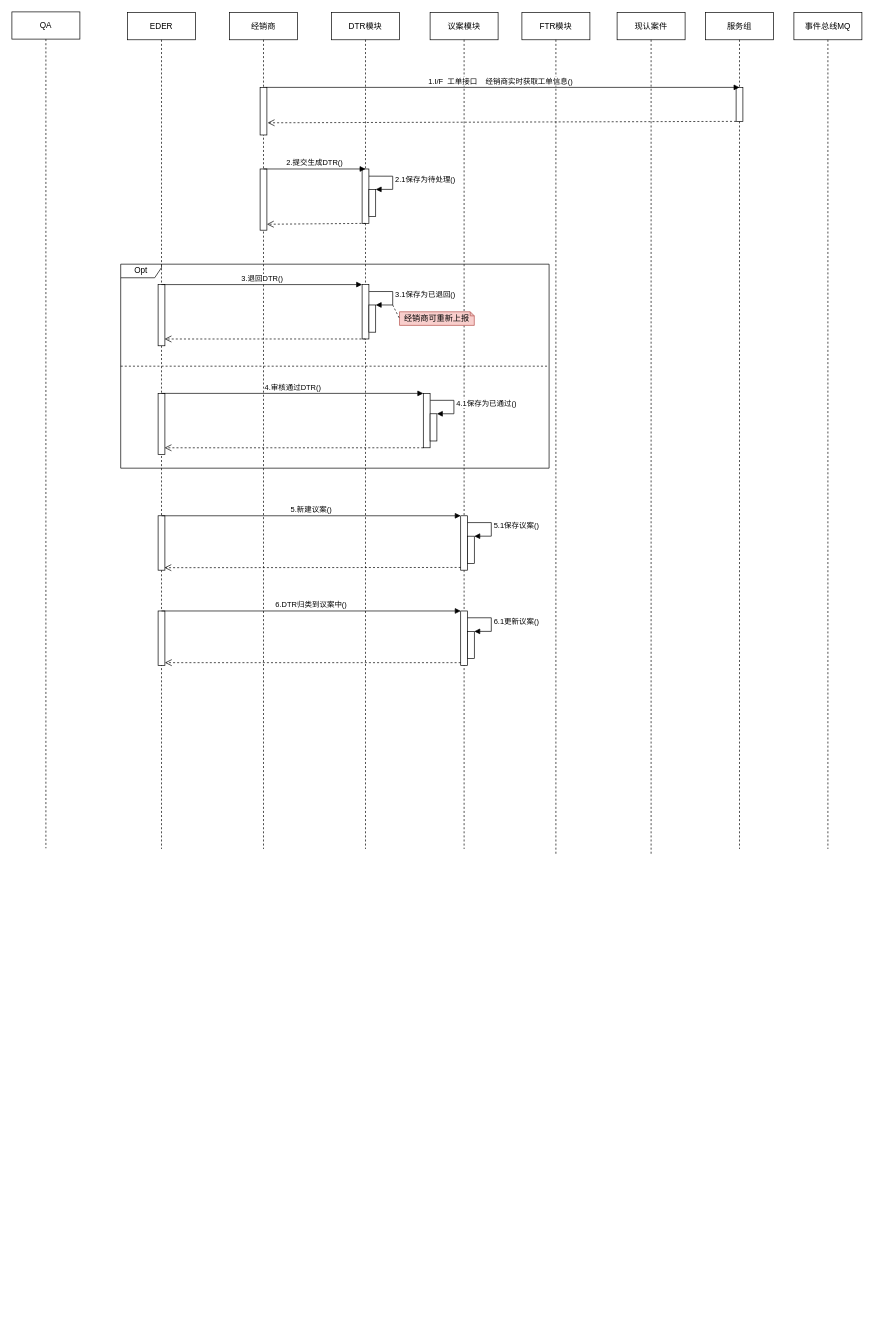
Earlier version of the draw.io diagram page "核心流程" (1 of 7) of images/DTR时序图.drawio (1132489442/designer). Source tidied: cells renumbered, new cells numbered last; positions are measured from the earlier drawing's top-left corner, leaving out a move shared by most shapes. Both pictures are drawn from the tidied source at 68%, with x=0, y=0 at pixel (12, 12).
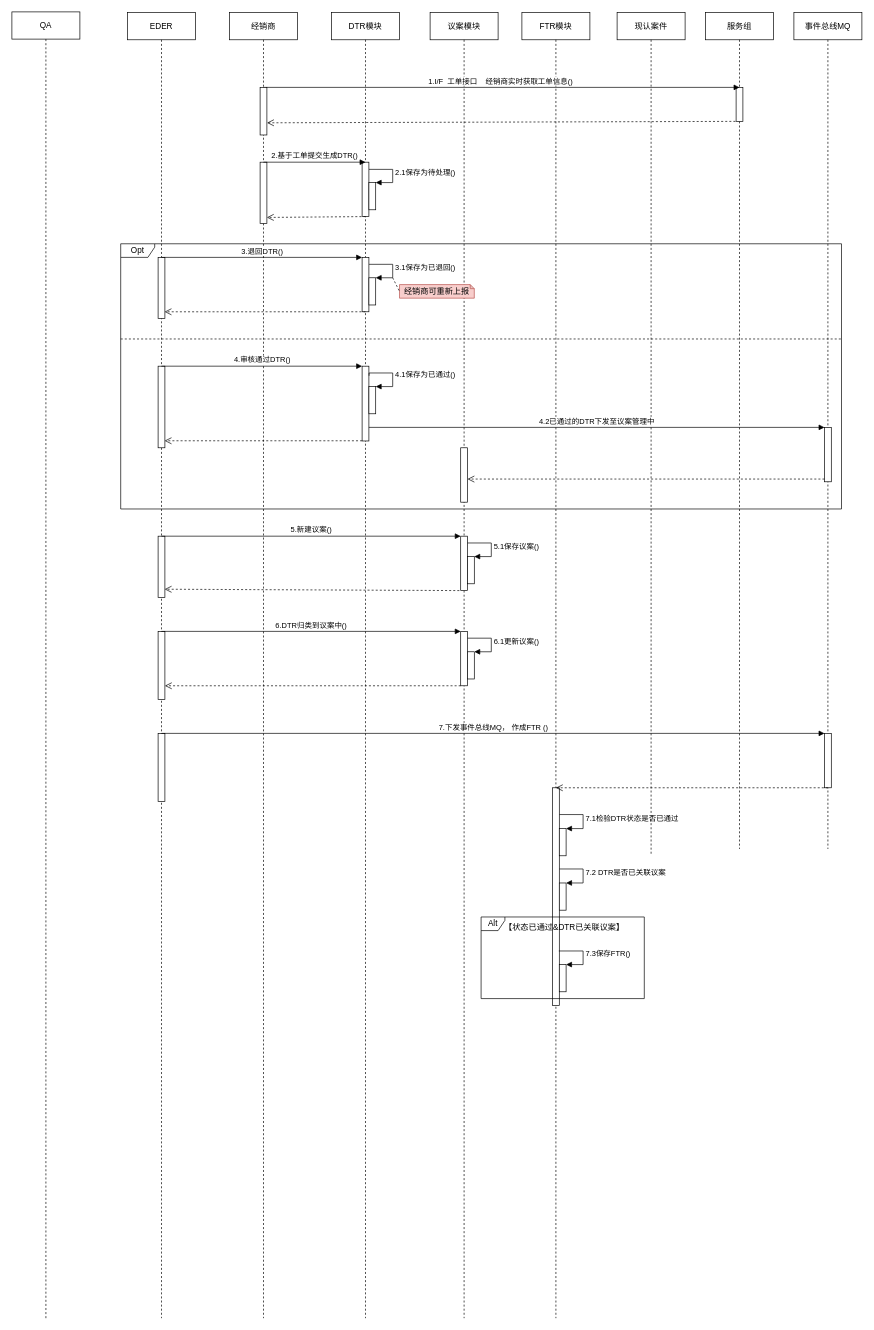
The same page after the edit.

Commit message:
更新DTR时序图.drawio

Unchanged cells that the change refers to:
```xml
<mxCell id="20" value="服务组" style="shape=umlLifeline;perimeter=lifelinePerimeter;whiteSpace=wrap;html=1;" parent="1" vertex="1">
  <mxGeometry x="1020" y="1" width="100" height="1230" as="geometry" />
</mxCell>
<mxCell id="25" style="html=1;points=[];perimeter=orthogonalPerimeter;" parent="24" vertex="1">
  <mxGeometry x="45" y="110" width="10" height="70" as="geometry" />
</mxCell>
<mxCell id="38" value="事件总线MQ" style="shape=umlLifeline;perimeter=lifelinePerimeter;whiteSpace=wrap;html=1;" parent="1" vertex="1">
  <mxGeometry x="1150" y="1" width="100" height="1230" as="geometry" />
</mxCell>
```

Diff of the diagram source:
```diff
@@
     <mxCell id="2" value="EDER" style="shape=umlLifeline;perimeter=lifelinePerimeter;whiteSpace=wrap;html=1;" parent="1" vertex="1">
-      <mxGeometry x="170" y="1" width="100" height="1230" as="geometry" />
+      <mxGeometry x="170" y="1" width="100" height="1920" as="geometry" />
     </mxCell>
     <mxCell id="3" style="html=1;points=[];perimeter=orthogonalPerimeter;" parent="2" vertex="1">
-      <mxGeometry x="45" y="400" width="10" height="90" as="geometry" />
+      <mxGeometry x="45" y="360" width="10" height="90" as="geometry" />
     </mxCell>
     <mxCell id="4" style="html=1;points=[];perimeter=orthogonalPerimeter;" parent="2" vertex="1">
-      <mxGeometry x="45" y="560" width="10" height="90" as="geometry" />
+      <mxGeometry x="45" y="520" width="10" height="120" as="geometry" />
     </mxCell>
     <mxCell id="5" style="html=1;points=[];perimeter=orthogonalPerimeter;" parent="2" vertex="1">
-      <mxGeometry x="45" y="740" width="10" height="80" as="geometry" />
+      <mxGeometry x="45" y="770" width="10" height="90" as="geometry" />
     </mxCell>
     <mxCell id="6" value="DTR模块" style="shape=umlLifeline;perimeter=lifelinePerimeter;whiteSpace=wrap;html=1;" parent="1" vertex="1">
-      <mxGeometry x="470" y="1" width="100" height="1230" as="geometry" />
+      <mxGeometry x="470" y="1" width="100" height="1920" as="geometry" />
     </mxCell>
     <mxCell id="7" style="html=1;points=[];perimeter=orthogonalPerimeter;" parent="6" vertex="1">
-      <mxGeometry x="45" y="230" width="10" height="80" as="geometry" />
+      <mxGeometry x="45" y="220" width="10" height="80" as="geometry" />
     </mxCell>
     <mxCell id="8" style="html=1;points=[];perimeter=orthogonalPerimeter;" parent="6" vertex="1">
-      <mxGeometry x="45" y="400" width="10" height="80" as="geometry" />
+      <mxGeometry x="45" y="360" width="10" height="80" as="geometry" />
     </mxCell>
     <mxCell id="9" style="html=1;points=[];perimeter=orthogonalPerimeter;" parent="6" vertex="1">
-      <mxGeometry x="55" y="260" width="10" height="40" as="geometry" />
+      <mxGeometry x="55" y="250" width="10" height="40" as="geometry" />
     </mxCell>
     <mxCell id="10" value="2.1保存为待处理()" style="edgeStyle=orthogonalEdgeStyle;html=1;align=left;spacingLeft=2;endArrow=block;rounded=0;entryX=1;entryY=0;exitX=1.015;exitY=0.132;exitDx=0;exitDy=0;exitPerimeter=0;" parent="6" edge="1" source="7" target="9">
       <mxGeometry relative="1" as="geometry">
         <Array as="points">
-          <mxPoint x="90" y="241" />
-          <mxPoint x="90" y="260" />
+          <mxPoint x="90" y="231" />
+          <mxPoint x="90" y="250" />
         </Array>
       </mxGeometry>
     </mxCell>
     <mxCell id="11" style="html=1;points=[];perimeter=orthogonalPerimeter;" parent="6" vertex="1">
-      <mxGeometry x="55" y="430" width="10" height="40" as="geometry" />
+      <mxGeometry x="55" y="390" width="10" height="40" as="geometry" />
     </mxCell>
     <mxCell id="12" value="3.1保存为已退回()" style="edgeStyle=orthogonalEdgeStyle;html=1;align=left;spacingLeft=2;endArrow=block;rounded=0;entryX=1;entryY=0;exitX=1.027;exitY=0.128;exitDx=0;exitDy=0;exitPerimeter=0;" parent="6" edge="1" source="8" target="11">
       <mxGeometry relative="1" as="geometry">
         <Array as="points">
-          <mxPoint x="90" y="410" />
-          <mxPoint x="90" y="430" />
+          <mxPoint x="90" y="370" />
+          <mxPoint x="90" y="390" />
         </Array>
       </mxGeometry>
     </mxCell>
     <mxCell id="13" value="议案模块" style="shape=umlLifeline;perimeter=lifelinePerimeter;whiteSpace=wrap;html=1;" parent="1" vertex="1">
-      <mxGeometry x="615" y="1" width="100" height="1230" as="geometry" />
+      <mxGeometry x="615" y="1" width="100" height="1920" as="geometry" />
     </mxCell>
     <mxCell id="14" style="html=1;points=[];perimeter=orthogonalPerimeter;" parent="13" vertex="1">
-      <mxGeometry x="45" y="740" width="10" height="80" as="geometry" />
+      <mxGeometry x="45" y="770" width="10" height="80" as="geometry" />
     </mxCell>
     <mxCell id="15" style="html=1;points=[];perimeter=orthogonalPerimeter;" parent="13" vertex="1">
-      <mxGeometry x="55" y="770" width="10" height="40" as="geometry" />
+      <mxGeometry x="55" y="800" width="10" height="40" as="geometry" />
     </mxCell>
     <mxCell id="16" value="5.1保存议案()" style="edgeStyle=orthogonalEdgeStyle;html=1;align=left;spacingLeft=2;endArrow=block;rounded=0;entryX=1;entryY=0;exitX=1;exitY=0.125;exitDx=0;exitDy=0;exitPerimeter=0;" parent="13" edge="1" source="14" target="15">
       <mxGeometry relative="1" as="geometry">
         <Array as="points">
-          <mxPoint x="90" y="750" />
-          <mxPoint x="90" y="770" />
+          <mxPoint x="90" y="780" />
+          <mxPoint x="90" y="800" />
         </Array>
       </mxGeometry>
     </mxCell>
+    <mxCell id="50" style="html=1;perimeter=orthogonalPerimeter;" parent="13" vertex="1">
+      <mxGeometry x="45" y="640" width="10" height="80" as="geometry" />
+    </mxCell>
     <mxCell id="17" value="FTR模块" style="shape=umlLifeline;perimeter=lifelinePerimeter;whiteSpace=wrap;html=1;" parent="1" vertex="1">
-      <mxGeometry x="750" y="1" width="100" height="1240" as="geometry" />
+      <mxGeometry x="750" y="1" width="100" height="1920" as="geometry" />
     </mxCell>
+    <mxCell id="51" style="html=1;points=[];perimeter=orthogonalPerimeter;" parent="17" vertex="1">
+      <mxGeometry x="45" y="1140" width="10" height="320" as="geometry" />
+    </mxCell>
+    <mxCell id="52" style="html=1;points=[];perimeter=orthogonalPerimeter;" parent="17" vertex="1">
+      <mxGeometry x="55" y="1200" width="10" height="40" as="geometry" />
+    </mxCell>
+    <mxCell id="53" value="7.1检验DTR状态是否已通过" style="edgeStyle=orthogonalEdgeStyle;html=1;align=left;spacingLeft=2;endArrow=block;rounded=0;entryX=1;entryY=0;exitX=1.024;exitY=0.123;exitDx=0;exitDy=0;exitPerimeter=0;" parent="17" edge="1" source="51" target="52">
+      <mxGeometry relative="1" as="geometry">
+        <Array as="points">
+          <mxPoint x="90" y="1179" />
+          <mxPoint x="90" y="1200" />
+        </Array>
+      </mxGeometry>
+    </mxCell>
+    <mxCell id="54" style="html=1;points=[];perimeter=orthogonalPerimeter;" parent="17" vertex="1">
+      <mxGeometry x="55" y="1400" width="10" height="40" as="geometry" />
+    </mxCell>
+    <mxCell id="55" value="7.3保存FTR()" style="edgeStyle=orthogonalEdgeStyle;html=1;align=left;spacingLeft=2;endArrow=block;rounded=0;entryX=1;entryY=0;exitX=0.934;exitY=0.75;exitDx=0;exitDy=0;exitPerimeter=0;" parent="17" edge="1" target="54">
+      <mxGeometry relative="1" as="geometry">
+        <mxPoint x="54.3" y="1380" as="sourcePoint" />
+        <Array as="points">
+          <mxPoint x="90" y="1380" />
+          <mxPoint x="90" y="1400" />
+        </Array>
+      </mxGeometry>
+    </mxCell>
@@
     <mxCell id="19" value="QA" style="shape=umlLifeline;perimeter=lifelinePerimeter;whiteSpace=wrap;html=1;" parent="1" vertex="1">
-      <mxGeometry width="100" height="1230" as="geometry" />
+      <mxGeometry width="100" height="1921" as="geometry" />
     </mxCell>
@@
-    <mxCell id="22" style="html=1;verticalAlign=bottom;endArrow=open;dashed=1;endSize=8;rounded=0;entryX=1.116;entryY=0.744;entryDx=0;entryDy=0;entryPerimeter=0;" parent="20" edge="1" target="25">
+    <mxCell id="22" style="html=1;verticalAlign=bottom;endArrow=open;dashed=1;endSize=8;rounded=0;entryX=1.116;entryY=0.744;entryDx=0;entryDy=0;entryPerimeter=0;" parent="20" edge="1">
       <mxGeometry relative="1" as="geometry">
-        <mxPoint x="45" y="160" as="sourcePoint" />
+        <mxPoint x="44" y="160" as="sourcePoint" />
+        <mxPoint x="-644.8" y="162.1" as="targetPoint" />
       </mxGeometry>
     </mxCell>
@@
     <mxCell id="24" value="经销商" style="shape=umlLifeline;perimeter=lifelinePerimeter;whiteSpace=wrap;html=1;outlineConnect=0;" parent="1" vertex="1">
-      <mxGeometry x="320" y="1" width="100" height="1230" as="geometry" />
+      <mxGeometry x="320" y="1" width="100" height="1920" as="geometry" />
     </mxCell>
@@
     <mxCell id="26" style="html=1;points=[];perimeter=orthogonalPerimeter;" parent="24" vertex="1">
-      <mxGeometry x="45" y="230" width="10" height="90" as="geometry" />
+      <mxGeometry x="45" y="220" width="10" height="90" as="geometry" />
     </mxCell>
     <mxCell id="27" style="html=1;verticalAlign=bottom;endArrow=open;dashed=1;endSize=8;rounded=0;entryX=1;entryY=0.903;entryDx=0;entryDy=0;entryPerimeter=0;" parent="1" edge="1" target="26">
       <mxGeometry relative="1" as="geometry">
-        <mxPoint x="520" y="311" as="sourcePoint" />
+        <mxPoint x="520" y="301" as="sourcePoint" />
       </mxGeometry>
     </mxCell>
     <mxCell id="28" value="3.退回DTR()" style="html=1;verticalAlign=bottom;endArrow=block;entryX=0;entryY=0;rounded=0;" parent="1" edge="1" target="8">
       <mxGeometry relative="1" as="geometry">
-        <mxPoint x="220" y="401" as="sourcePoint" />
+        <mxPoint x="220" y="361" as="sourcePoint" />
       </mxGeometry>
     </mxCell>
     <mxCell id="29" style="html=1;verticalAlign=bottom;endArrow=open;dashed=1;endSize=8;rounded=0;entryX=0.956;entryY=0.889;entryDx=0;entryDy=0;entryPerimeter=0;" parent="1" edge="1" target="3">
       <mxGeometry relative="1" as="geometry">
-        <mxPoint x="520" y="481" as="sourcePoint" />
+        <mxPoint x="520" y="441" as="sourcePoint" />
       </mxGeometry>
     </mxCell>
     <mxCell id="30" value="经销商可重新上报" style="shape=note;whiteSpace=wrap;html=1;backgroundOutline=1;darkOpacity=0.05;size=6;fillColor=#f8cecc;strokeColor=#b85450;" parent="1" vertex="1">
-      <mxGeometry x="570" y="441" width="110" height="20" as="geometry" />
+      <mxGeometry x="570" y="401" width="110" height="20" as="geometry" />
     </mxCell>
     <mxCell id="31" style="endArrow=none;dashed=1;html=1;rounded=0;entryX=0;entryY=0.5;entryDx=0;entryDy=0;entryPerimeter=0;" parent="1" edge="1" target="30">
       <mxGeometry relative="1" as="geometry">
-        <mxPoint x="560" y="431" as="sourcePoint" />
+        <mxPoint x="560" y="391" as="sourcePoint" />
       </mxGeometry>
     </mxCell>
     <mxCell id="32" style="html=1;points=[];perimeter=orthogonalPerimeter;" parent="1" vertex="1">
-      <mxGeometry x="605" y="561" width="10" height="80" as="geometry" />
+      <mxGeometry x="515" y="521" width="10" height="110" as="geometry" />
     </mxCell>
     <mxCell id="33" style="html=1;points=[];perimeter=orthogonalPerimeter;" parent="1" vertex="1">
-      <mxGeometry x="615" y="591" width="10" height="40" as="geometry" />
+      <mxGeometry x="525" y="551" width="10" height="40" as="geometry" />
     </mxCell>
     <mxCell id="34" value="4.1保存为已通过()" style="edgeStyle=orthogonalEdgeStyle;html=1;align=left;spacingLeft=2;endArrow=block;rounded=0;entryX=1;entryY=0;exitX=1.027;exitY=0.128;exitDx=0;exitDy=0;exitPerimeter=0;" parent="1" edge="1" source="32" target="33">
       <mxGeometry relative="1" as="geometry">
         <Array as="points">
-          <mxPoint x="650" y="571" />
-          <mxPoint x="650" y="591" />
+          <mxPoint x="560" y="531" />
+          <mxPoint x="560" y="551" />
         </Array>
       </mxGeometry>
     </mxCell>
     <mxCell id="35" value="4.审核通过DTR()" style="html=1;verticalAlign=bottom;endArrow=block;entryX=0;entryY=0;rounded=0;" parent="1" edge="1" target="32">
       <mxGeometry relative="1" as="geometry">
-        <mxPoint x="220" y="561" as="sourcePoint" />
+        <mxPoint x="220" y="521" as="sourcePoint" />
       </mxGeometry>
     </mxCell>
-    <mxCell id="36" style="html=1;verticalAlign=bottom;endArrow=open;dashed=1;endSize=8;exitX=0;exitY=0.95;rounded=0;entryX=0.956;entryY=0.889;entryDx=0;entryDy=0;entryPerimeter=0;" parent="1" edge="1" target="4">
+    <mxCell id="36" style="html=1;verticalAlign=bottom;endArrow=open;dashed=1;endSize=8;rounded=0;entryX=0.956;entryY=0.889;entryDx=0;entryDy=0;entryPerimeter=0;" parent="1" edge="1">
       <mxGeometry relative="1" as="geometry">
-        <mxPoint x="605" y="641" as="sourcePoint" />
+        <mxPoint x="515" y="630.7" as="sourcePoint" />
+        <mxPoint x="224.6" y="630.7" as="targetPoint" />
       </mxGeometry>
     </mxCell>
     <mxCell id="37" style="line;strokeWidth=1;fillColor=none;align=left;verticalAlign=middle;spacingTop=-1;spacingLeft=3;spacingRight=3;labelPosition=right;dashed=1;" parent="1" vertex="1">
-      <mxGeometry x="160" y="517" width="630" height="8" as="geometry" />
+      <mxGeometry x="160" y="477" width="1060" height="8" as="geometry" />
     </mxCell>
@@
+    <mxCell id="56" style="html=1;points=[];perimeter=orthogonalPerimeter;" parent="38" vertex="1">
+      <mxGeometry x="45" y="610" width="10" height="80" as="geometry" />
+    </mxCell>
-    <mxCell id="40" value="2.提交生成DTR()" style="html=1;verticalAlign=bottom;endArrow=block;rounded=0;" parent="1" edge="1">
+    <mxCell id="40" value="2.基于工单提交生成DTR()" style="html=1;verticalAlign=bottom;endArrow=block;rounded=0;" parent="1" edge="1">
       <mxGeometry relative="1" as="geometry">
-        <mxPoint x="370" y="231" as="sourcePoint" />
-        <mxPoint x="520" y="231" as="targetPoint" />
+        <mxPoint x="370" y="221" as="sourcePoint" />
+        <mxPoint x="520" y="221" as="targetPoint" />
       </mxGeometry>
     </mxCell>
-    <mxCell id="41" value="Opt" style="shape=umlFrame;whiteSpace=wrap;html=1;width=60;height=20;" parent="1" vertex="1">
-      <mxGeometry x="160" y="371" width="630" height="300" as="geometry" />
-    </mxCell>
     <mxCell id="42" value="5.新建议案()" style="html=1;verticalAlign=bottom;endArrow=block;entryX=0;entryY=0;rounded=0;" parent="1" edge="1" target="14">
       <mxGeometry relative="1" as="geometry">
-        <mxPoint x="220" y="741" as="sourcePoint" />
+        <mxPoint x="220" y="771" as="sourcePoint" />
       </mxGeometry>
     </mxCell>
-    <mxCell id="43" style="html=1;verticalAlign=bottom;endArrow=open;dashed=1;endSize=8;exitX=0;exitY=0.95;rounded=0;entryX=0.928;entryY=0.954;entryDx=0;entryDy=0;entryPerimeter=0;" parent="1" edge="1" source="14" target="5">
-      <mxGeometry relative="1" as="geometry" />
-    </mxCell>
     <mxCell id="44" style="html=1;points=[];perimeter=orthogonalPerimeter;" parent="1" vertex="1">
-      <mxGeometry x="215" y="881" width="10" height="80" as="geometry" />
+      <mxGeometry x="215" y="911" width="10" height="100" as="geometry" />
     </mxCell>
     <mxCell id="45" style="html=1;points=[];perimeter=orthogonalPerimeter;" parent="1" vertex="1">
-      <mxGeometry x="660" y="881" width="10" height="80" as="geometry" />
+      <mxGeometry x="660" y="911" width="10" height="80" as="geometry" />
     </mxCell>
     <mxCell id="46" style="html=1;points=[];perimeter=orthogonalPerimeter;" parent="1" vertex="1">
-      <mxGeometry x="670" y="911" width="10" height="40" as="geometry" />
+      <mxGeometry x="670" y="941" width="10" height="40" as="geometry" />
     </mxCell>
     <mxCell id="47" value="6.1更新议案()" style="edgeStyle=orthogonalEdgeStyle;html=1;align=left;spacingLeft=2;endArrow=block;rounded=0;entryX=1;entryY=0;exitX=1;exitY=0.125;exitDx=0;exitDy=0;exitPerimeter=0;" parent="1" edge="1" source="45" target="46">
       <mxGeometry relative="1" as="geometry">
         <Array as="points">
-          <mxPoint x="705" y="891" />
-          <mxPoint x="705" y="911" />
+          <mxPoint x="705" y="921" />
+          <mxPoint x="705" y="941" />
         </Array>
       </mxGeometry>
     </mxCell>
     <mxCell id="48" value="6.DTR归类到议案中()" style="html=1;verticalAlign=bottom;endArrow=block;entryX=0;entryY=0;rounded=0;" parent="1" edge="1" target="45">
       <mxGeometry relative="1" as="geometry">
-        <mxPoint x="220" y="881" as="sourcePoint" />
+        <mxPoint x="220" y="911" as="sourcePoint" />
       </mxGeometry>
     </mxCell>
-    <mxCell id="49" style="html=1;verticalAlign=bottom;endArrow=open;dashed=1;endSize=8;exitX=0;exitY=0.95;rounded=0;" parent="1" edge="1" source="45" target="44">
-      <mxGeometry relative="1" as="geometry" />
+    <mxCell id="49" style="html=1;verticalAlign=bottom;endArrow=open;dashed=1;endSize=8;exitX=0;exitY=0.95;rounded=0;" parent="1" edge="1">
+      <mxGeometry relative="1" as="geometry">
+        <mxPoint x="660" y="991" as="sourcePoint" />
+        <mxPoint x="225" y="991" as="targetPoint" />
+      </mxGeometry>
     </mxCell>
+    <mxCell id="57" style="html=1;verticalAlign=bottom;endArrow=open;dashed=1;endSize=8;exitX=0;exitY=0.95;rounded=0;entryX=1.171;entryY=0.822;entryDx=0;entryDy=0;entryPerimeter=0;" parent="1" edge="1">
+      <mxGeometry relative="1" as="geometry">
+        <mxPoint x="658" y="851" as="sourcePoint" />
+        <mxPoint x="224.7" y="849" as="targetPoint" />
+      </mxGeometry>
+    </mxCell>
+    <mxCell id="58" value="4.2已通过的DTR下发至议案管理中" style="html=1;verticalAlign=bottom;endArrow=block;entryX=0;entryY=0;rounded=0;" parent="1" edge="1" target="56">
+      <mxGeometry relative="1" as="geometry">
+        <mxPoint x="525" y="611" as="sourcePoint" />
+      </mxGeometry>
+    </mxCell>
+    <mxCell id="59" style="html=1;verticalAlign=bottom;endArrow=open;dashed=1;endSize=8;exitX=0;exitY=0.95;rounded=0;" parent="1" edge="1" source="56">
+      <mxGeometry relative="1" as="geometry">
+        <mxPoint x="670" y="687" as="targetPoint" />
+      </mxGeometry>
+    </mxCell>
+    <mxCell id="41" value="Opt" style="shape=umlFrame;whiteSpace=wrap;html=1;width=50;height=20;" parent="1" vertex="1">
+      <mxGeometry x="160" y="341" width="1060" height="390" as="geometry" />
+    </mxCell>
+    <mxCell id="60" style="html=1;perimeter=orthogonalPerimeter;" parent="1" vertex="1">
+      <mxGeometry x="215" y="1061" width="10" height="100" as="geometry" />
+    </mxCell>
+    <mxCell id="61" style="html=1;points=[];perimeter=orthogonalPerimeter;" parent="1" vertex="1">
+      <mxGeometry x="1195" y="1061" width="10" height="80" as="geometry" />
+    </mxCell>
+    <mxCell id="62" value="7.下发事件总线MQ， 作成FTR ()" style="html=1;verticalAlign=bottom;endArrow=block;entryX=0;entryY=0;rounded=0;" parent="1" edge="1" target="61">
+      <mxGeometry relative="1" as="geometry">
+        <mxPoint x="220" y="1061" as="sourcePoint" />
+      </mxGeometry>
+    </mxCell>
+    <mxCell id="63" style="html=1;verticalAlign=bottom;endArrow=open;dashed=1;endSize=8;exitX=0;exitY=0.95;rounded=0;" parent="1" edge="1">
+      <mxGeometry relative="1" as="geometry">
+        <mxPoint x="1200" y="1141" as="sourcePoint" />
+        <mxPoint x="800" y="1141" as="targetPoint" />
+      </mxGeometry>
+    </mxCell>
+    <mxCell id="64" style="html=1;points=[];perimeter=orthogonalPerimeter;" parent="1" vertex="1">
+      <mxGeometry x="805" y="1281" width="10" height="40" as="geometry" />
+    </mxCell>
+    <mxCell id="65" value="7.2 DTR是否已关联议案" style="edgeStyle=orthogonalEdgeStyle;html=1;align=left;spacingLeft=2;endArrow=block;rounded=0;entryX=1;entryY=0;exitX=1.024;exitY=0.123;exitDx=0;exitDy=0;exitPerimeter=0;" parent="1" edge="1" target="64">
+      <mxGeometry relative="1" as="geometry">
+        <mxPoint x="805.2" y="1260.4" as="sourcePoint" />
+        <Array as="points">
+          <mxPoint x="840" y="1260" />
+          <mxPoint x="840" y="1281" />
+        </Array>
+      </mxGeometry>
+    </mxCell>
+    <mxCell id="66" value="Alt" style="shape=umlFrame;whiteSpace=wrap;html=1;width=35;height=20;" parent="1" vertex="1">
+      <mxGeometry x="690" y="1331" width="240" height="120" as="geometry" />
+    </mxCell>
+    <mxCell id="67" value="【状态已通过&amp;amp;DTR已关联议案】" style="text;html=1;align=center;verticalAlign=middle;strokeColor=none;fillColor=none;" parent="1" vertex="1">
+      <mxGeometry x="717" y="1336" width="190" height="20" as="geometry" />
+    </mxCell>
```
